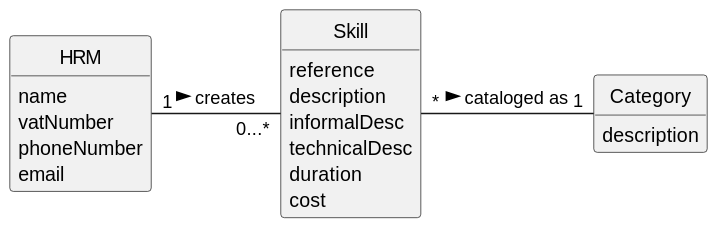
Earlier version of the PlantUML export docs/sprintA/us001/02.analysis/svg/us001-domain-model.svg (tiagosoa/lei-24-s2-1dgh-g073).
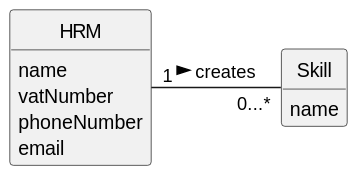
After the commit.

What changed in the source:
```diff
@@ -19,19 +19,9 @@
 }
 
 class Skill {
-    reference
-    description
-    informalDesc
-    technicalDesc
-    duration
-    cost
-}
-
-class Category {
-    description
+    name
 }
 
 
 HRM "1" - "0...*" Skill: creates >
-Skill "*" - "1" Category: cataloged as >
 @enduml
```
